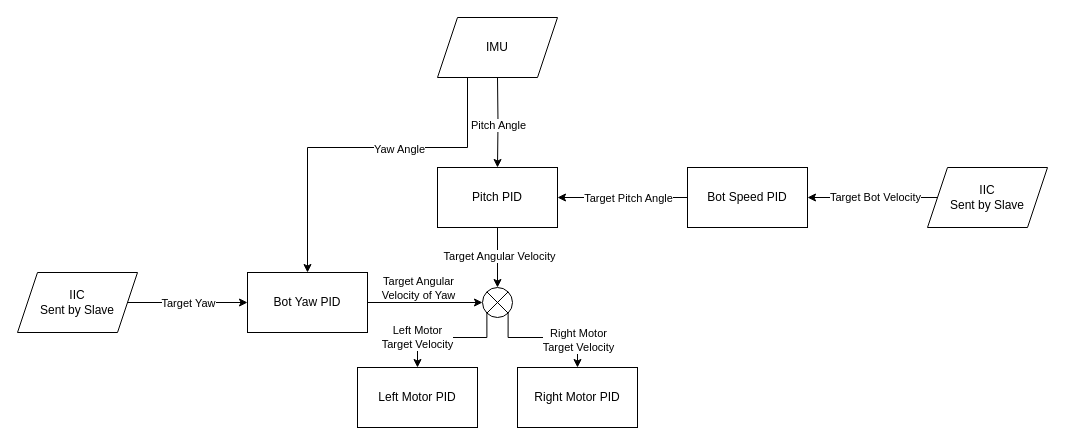
This is docs/AIPS_Workflow.drawio from bryanli-ucl/AIPS, a draw.io file, before an edit. Source tidied: cells renumbered, new cells numbered last; positions are measured from the earlier drawing's top-left corner, leaving out a move shared by most shapes. Both pictures are drawn from the tidied source at 100%, with x=0, y=0 at pixel (17, 17).
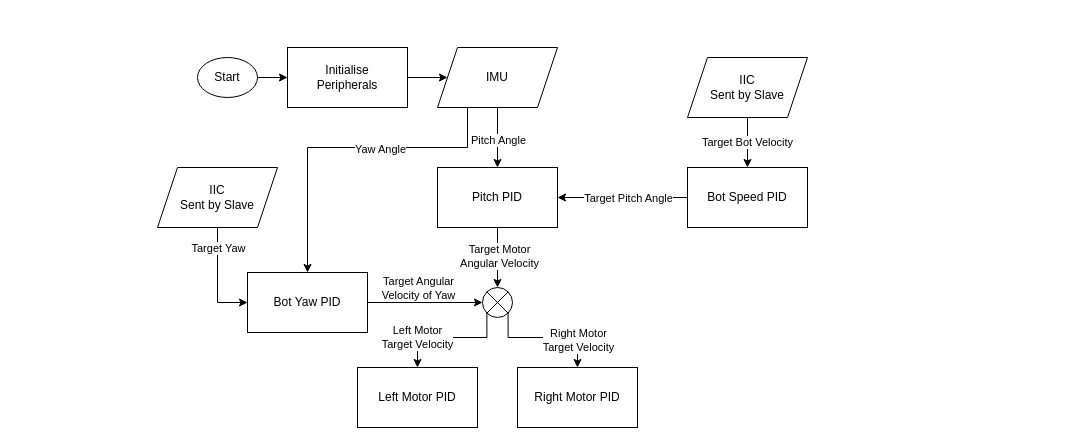
After the change.

The change refers to these unchanged cells:
```xml
<mxCell id="2" style="edgeStyle=orthogonalEdgeStyle;rounded=0;jettySize=auto;html=1;exitX=0.5;exitY=1;exitDx=0;exitDy=0;entryX=0.5;entryY=0;entryDx=0;entryDy=0;" parent="1" edge="1" source="4" target="19">
  <mxGeometry relative="1" as="geometry" />
</mxCell>
<mxCell id="4" value="Pitch PID" style="whiteSpace=wrap;html=1;" parent="1" vertex="1">
  <mxGeometry x="420" y="150" width="120" height="60" as="geometry" />
</mxCell>
<mxCell id="12" value="Bot Speed PID" style="whiteSpace=wrap;html=1;" parent="1" vertex="1">
  <mxGeometry x="670" y="150" width="120" height="60" as="geometry" />
</mxCell>
<mxCell id="24" value="Bot Yaw PID" style="whiteSpace=wrap;html=1;direction=east;" parent="1" vertex="1">
  <mxGeometry x="230" y="255" width="120" height="60" as="geometry" />
</mxCell>
```

The edit, as a diff of the source:
```diff
@@
-    <mxCell id="3" value="Target Angular Velocity" style="edgeLabel;html=1;align=center;verticalAlign=middle;" parent="2" vertex="1">
+    <mxCell id="3" value="Target Motor&lt;div&gt;Angular Velocity&lt;/div&gt;" style="edgeLabel;html=1;align=center;verticalAlign=middle;" parent="2" vertex="1">
       <mxGeometry x="-0.07" y="1" relative="1" as="geometry" />
     </mxCell>
@@
-    <mxCell id="5" style="edgeStyle=orthogonalEdgeStyle;rounded=0;jettySize=auto;html=1;" parent="1" edge="1" target="4">
-      <mxGeometry relative="1" as="geometry">
-        <mxPoint x="480" y="60" as="sourcePoint" />
-      </mxGeometry>
+    <mxCell id="5" style="edgeStyle=orthogonalEdgeStyle;rounded=0;jettySize=auto;html=1;" parent="1" edge="1" source="9" target="4">
+      <mxGeometry relative="1" as="geometry" />
     </mxCell>
@@
-    <mxCell id="9" value="IMU" style="shape=parallelogram;perimeter=parallelogramPerimeter;whiteSpace=wrap;html=1;fixedSize=1;" parent="1" vertex="1">
-      <mxGeometry x="420" width="120" height="60" as="geometry" />
-    </mxCell>
@@
-    <mxCell id="13" style="edgeStyle=orthogonalEdgeStyle;rounded=0;jettySize=auto;html=1;exitX=0;exitY=0.5;exitDx=0;exitDy=0;entryX=1;entryY=0.5;entryDx=0;entryDy=0;" parent="1" edge="1" source="15" target="12">
+    <mxCell id="13" style="edgeStyle=orthogonalEdgeStyle;rounded=0;jettySize=auto;html=1;exitX=0.5;exitY=1;exitDx=0;exitDy=0;entryX=0.5;entryY=0;entryDx=0;entryDy=0;" parent="1" edge="1" source="15" target="12">
       <mxGeometry relative="1" as="geometry" />
     </mxCell>
@@
     <mxCell id="15" value="IIC&lt;div&gt;Sent by Slave&lt;/div&gt;" style="shape=parallelogram;perimeter=parallelogramPerimeter;whiteSpace=wrap;html=1;fixedSize=1;" parent="1" vertex="1">
-      <mxGeometry x="910" y="150" width="120" height="60" as="geometry" />
+      <mxGeometry x="670" y="40" width="120" height="60" as="geometry" />
     </mxCell>
@@
-    <mxCell id="25" style="edgeStyle=orthogonalEdgeStyle;rounded=0;jettySize=auto;html=1;exitX=1;exitY=0.5;exitDx=0;exitDy=0;entryX=0;entryY=0.5;entryDx=0;entryDy=0;" parent="1" edge="1" source="27" target="24">
+    <mxCell id="25" style="edgeStyle=orthogonalEdgeStyle;rounded=0;jettySize=auto;html=1;exitX=0.5;exitY=1;exitDx=0;exitDy=0;entryX=0;entryY=0.5;entryDx=0;entryDy=0;" parent="1" edge="1" source="27" target="24">
       <mxGeometry relative="1" as="geometry" />
     </mxCell>
     <mxCell id="26" value="Target Yaw" style="edgeLabel;html=1;align=center;verticalAlign=middle;" parent="25" vertex="1">
       <mxGeometry x="-0.17" y="-2" relative="1" as="geometry">
-        <mxPoint x="10" y="-2" as="offset" />
+        <mxPoint x="2" y="-24" as="offset" />
       </mxGeometry>
     </mxCell>
     <mxCell id="27" value="IIC&lt;div&gt;Sent by Slave&lt;/div&gt;" style="shape=parallelogram;perimeter=parallelogramPerimeter;whiteSpace=wrap;html=1;fixedSize=1;direction=east;" parent="1" vertex="1">
-      <mxGeometry y="255" width="120" height="60" as="geometry" />
+      <mxGeometry x="140" y="150" width="120" height="60" as="geometry" />
     </mxCell>
@@
+    <mxCell id="29" style="edgeStyle=orthogonalEdgeStyle;rounded=0;jettySize=auto;html=1;" parent="1" edge="1" target="9">
+      <mxGeometry relative="1" as="geometry">
+        <mxPoint x="480" y="60" as="sourcePoint" />
+      </mxGeometry>
+    </mxCell>
+    <mxCell id="9" value="IMU" style="shape=parallelogram;perimeter=parallelogramPerimeter;whiteSpace=wrap;html=1;fixedSize=1;" parent="1" vertex="1">
+      <mxGeometry x="420" y="30" width="120" height="60" as="geometry" />
+    </mxCell>
+    <mxCell id="30" style="edgeStyle=orthogonalEdgeStyle;rounded=0;jettySize=auto;html=1;exitX=1;exitY=0.5;exitDx=0;exitDy=0;entryX=0;entryY=0.5;entryDx=0;entryDy=0;" parent="1" edge="1" source="31" target="33">
+      <mxGeometry relative="1" as="geometry" />
+    </mxCell>
+    <mxCell id="31" value="Start" style="ellipse;whiteSpace=wrap;html=1;" parent="1" vertex="1">
+      <mxGeometry x="180" y="40" width="60" height="40" as="geometry" />
+    </mxCell>
+    <mxCell id="32" style="edgeStyle=orthogonalEdgeStyle;rounded=0;jettySize=auto;html=1;exitX=1;exitY=0.5;exitDx=0;exitDy=0;" parent="1" edge="1" source="33" target="9">
+      <mxGeometry relative="1" as="geometry" />
+    </mxCell>
+    <mxCell id="33" value="Initialise&lt;div&gt;Peripherals&lt;/div&gt;" style="whiteSpace=wrap;html=1;" parent="1" vertex="1">
+      <mxGeometry x="270" y="30" width="120" height="60" as="geometry" />
+    </mxCell>
```
